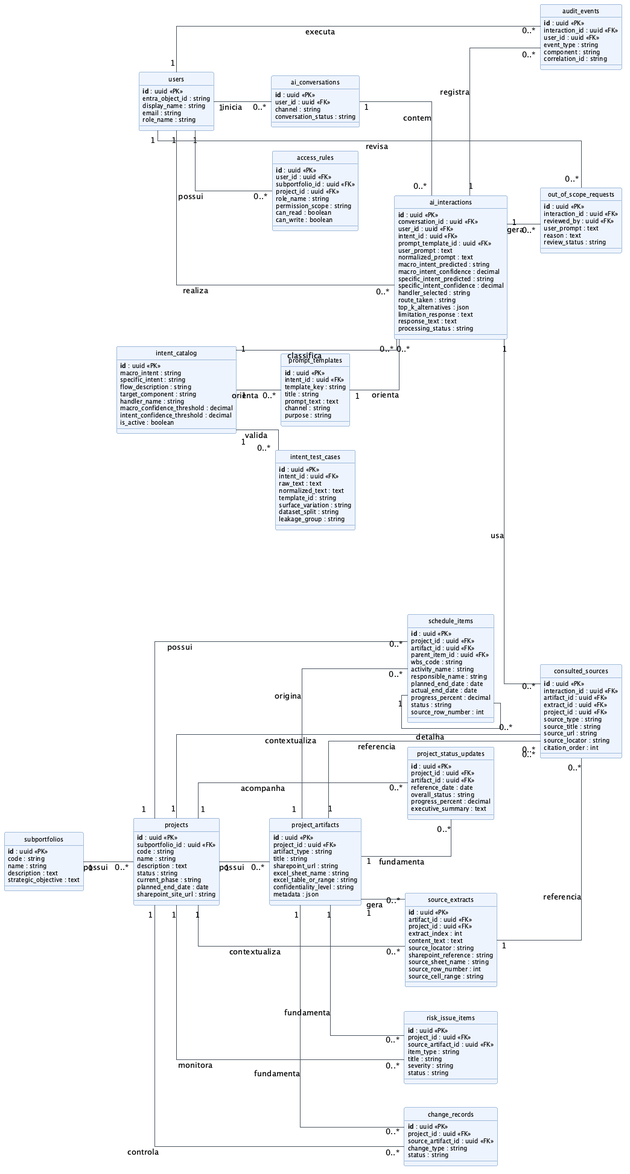
Above: docs/img/modelo-logico.png in jjalmeidadev/oneshot (PlantUML), before the change.
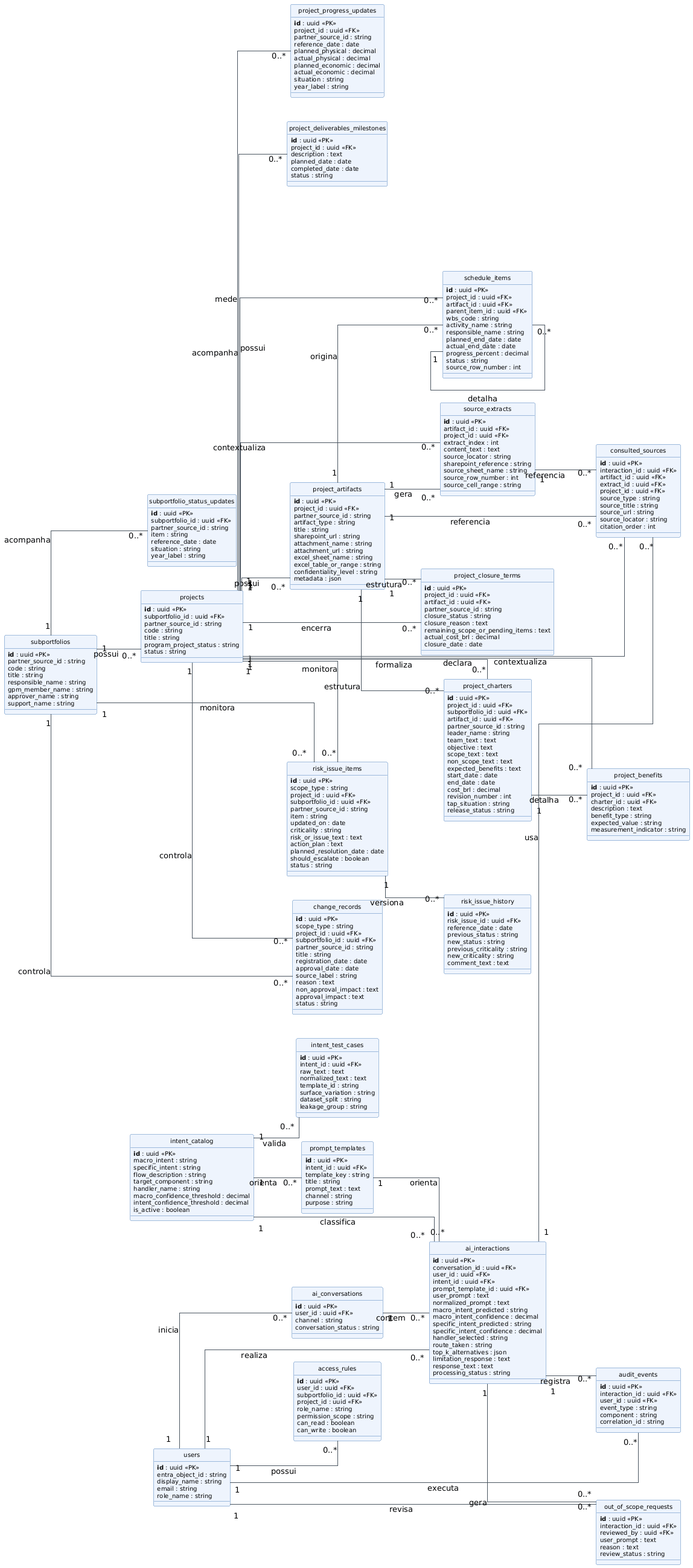
The same file after the commit.

What changed in the source:
```diff
@@ -1,4 +1,4 @@
-@startuml modelo-logico
+@startuml
 skinparam shadowing false
 skinparam linetype ortho
 skinparam nodesep 40
@@ -15,28 +15,61 @@
 
 entity subportfolios {
   **id** : uuid <<PK>>
+  partner_source_id : string
   code : string
-  name : string
-  description : text
-  strategic_objective : text
+  title : string
+  responsible_name : string
+  gpm_member_name : string
+  approver_name : string
+  support_name : string
+}
+entity subportfolio_status_updates {
+  **id** : uuid <<PK>>
+  subportfolio_id : uuid <<FK>>
+  partner_source_id : string
+  item : string
+  reference_date : date
+  situation : string
+  year_label : string
 }
 entity projects {
   **id** : uuid <<PK>>
   subportfolio_id : uuid <<FK>>
+  partner_source_id : string
   code : string
-  name : string
+  title : string
+  program_project_status : string
+  status : string
+}
+entity project_progress_updates {
+  **id** : uuid <<PK>>
+  project_id : uuid <<FK>>
+  partner_source_id : string
+  reference_date : date
+  planned_physical : decimal
+  actual_physical : decimal
+  planned_economic : decimal
+  actual_economic : decimal
+  situation : string
+  year_label : string
+}
+entity project_deliverables_milestones {
+  **id** : uuid <<PK>>
+  project_id : uuid <<FK>>
   description : text
+  planned_date : date
+  completed_date : date
   status : string
-  current_phase : string
-  planned_end_date : date
-  sharepoint_site_url : string
 }
 entity project_artifacts {
   **id** : uuid <<PK>>
   project_id : uuid <<FK>>
+  partner_source_id : string
   artifact_type : string
   title : string
   sharepoint_url : string
+  attachment_name : string
+  attachment_url : string
   excel_sheet_name : string
   excel_table_or_range : string
   confidentiality_level : string
@@ -68,30 +101,84 @@
   status : string
   source_row_number : int
 }
-entity project_status_updates {
+entity risk_issue_items {
+  **id** : uuid <<PK>>
+  scope_type : string
+  project_id : uuid <<FK>>
+  subportfolio_id : uuid <<FK>>
+  partner_source_id : string
+  item : string
+  updated_on : date
+  criticality : string
+  risk_or_issue_text : text
+  action_plan : text
+  planned_resolution_date : date
+  should_escalate : boolean
+  status : string
+}
+entity risk_issue_history {
+  **id** : uuid <<PK>>
+  risk_issue_id : uuid <<FK>>
+  reference_date : date
+  previous_status : string
+  new_status : string
+  previous_criticality : string
+  new_criticality : string
+  comment_text : text
+}
+entity change_records {
+  **id** : uuid <<PK>>
+  scope_type : string
+  project_id : uuid <<FK>>
+  subportfolio_id : uuid <<FK>>
+  partner_source_id : string
+  title : string
+  registration_date : date
+  approval_date : date
+  source_label : string
+  reason : text
+  non_approval_impact : text
+  approval_impact : text
+  status : string
+}
+entity project_charters {
+  **id** : uuid <<PK>>
+  project_id : uuid <<FK>>
+  subportfolio_id : uuid <<FK>>
+  artifact_id : uuid <<FK>>
+  partner_source_id : string
+  leader_name : string
+  team_text : text
+  objective : text
+  scope_text : text
+  non_scope_text : text
+  expected_benefits : text
+  start_date : date
+  end_date : date
+  cost_brl : decimal
+  revision_number : int
+  tap_situation : string
+  release_status : string
+}
+entity project_closure_terms {
   **id** : uuid <<PK>>
   project_id : uuid <<FK>>
   artifact_id : uuid <<FK>>
-  reference_date : date
-  overall_status : string
-  progress_percent : decimal
-  executive_summary : text
+  partner_source_id : string
+  closure_status : string
+  closure_reason : text
+  remaining_scope_or_pending_items : text
+  actual_cost_brl : decimal
+  closure_date : date
 }
-entity risk_issue_items {
+entity project_benefits {
   **id** : uuid <<PK>>
   project_id : uuid <<FK>>
-  source_artifact_id : uuid <<FK>>
-  item_type : string
-  title : string
-  severity : string
-  status : string
-}
-entity change_records {
-  **id** : uuid <<PK>>
-  project_id : uuid <<FK>>
-  source_artifact_id : uuid <<FK>>
-  change_type : string
-  status : string
+  charter_id : uuid <<FK>>
+  description : text
+  benefit_type : string
+  expected_value : string
+  measurement_indicator : string
 }
 entity users {
   **id** : uuid <<PK>>
@@ -193,19 +280,28 @@
   dataset_split : string
   leakage_group : string
 }
+
 subportfolios "1" -- "0..*" projects : possui
+subportfolios "1" -- "0..*" subportfolio_status_updates : acompanha
+subportfolios "1" -- "0..*" risk_issue_items : monitora
+subportfolios "1" -- "0..*" change_records : controla
+projects "1" -- "0..*" project_progress_updates : mede
+projects "1" -- "0..*" project_deliverables_milestones : acompanha
 projects "1" -- "0..*" project_artifacts : possui
 projects "1" -- "0..*" source_extracts : contextualiza
 project_artifacts "1" -- "0..*" source_extracts : gera
 projects "1" -- "0..*" schedule_items : possui
 project_artifacts "1" -- "0..*" schedule_items : origina
 schedule_items "1" -- "0..*" schedule_items : detalha
-projects "1" -- "0..*" project_status_updates : acompanha
-project_artifacts "1" -- "0..*" project_status_updates : fundamenta
 projects "1" -- "0..*" risk_issue_items : monitora
-project_artifacts "1" -- "0..*" risk_issue_items : fundamenta
+risk_issue_items "1" -- "0..*" risk_issue_history : versiona
 projects "1" -- "0..*" change_records : controla
-project_artifacts "1" -- "0..*" change_records : fundamenta
+projects "1" -- "0..*" project_charters : formaliza
+project_artifacts "1" -- "0..*" project_charters : estrutura
+projects "1" -- "0..*" project_closure_terms : encerra
+project_artifacts "1" -- "0..*" project_closure_terms : estrutura
+projects "1" -- "0..*" project_benefits : declara
+project_charters "1" -- "0..*" project_benefits : detalha
 users "1" -- "0..*" access_rules : possui
 users "1" -- "0..*" ai_conversations : inicia
 users "1" -- "0..*" ai_interactions : realiza
```
